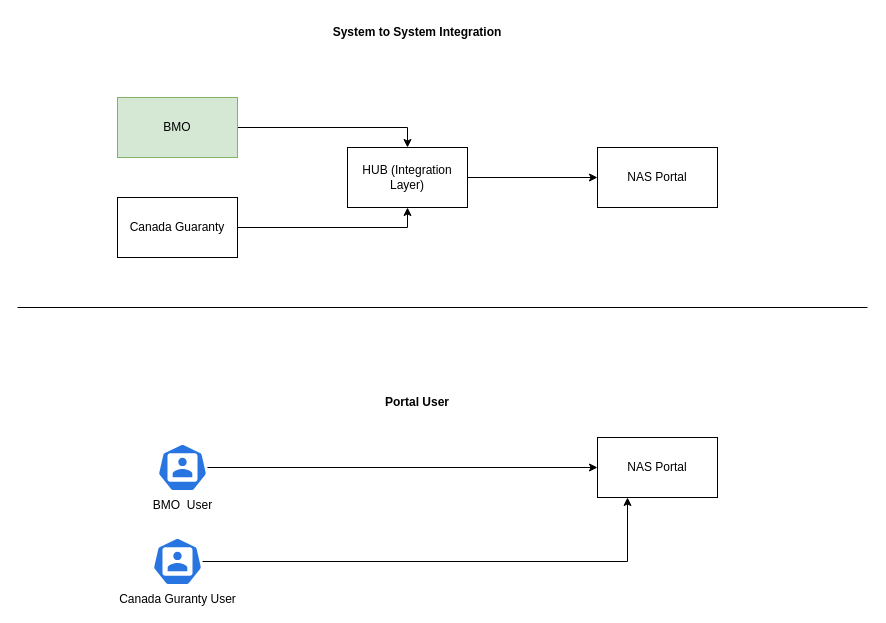
Before: page "Integration vs Portal" (1 of 2) of integration_and_requirements.drawio in hsrchung81/FlowDiagram, a draw.io diagram. Source tidied: cells renumbered, new cells numbered last; positions are measured from the earlier drawing's top-left corner, leaving out a move shared by most shapes. Both pictures are drawn from the tidied source at 100%, with x=0, y=0 at pixel (17, 17).
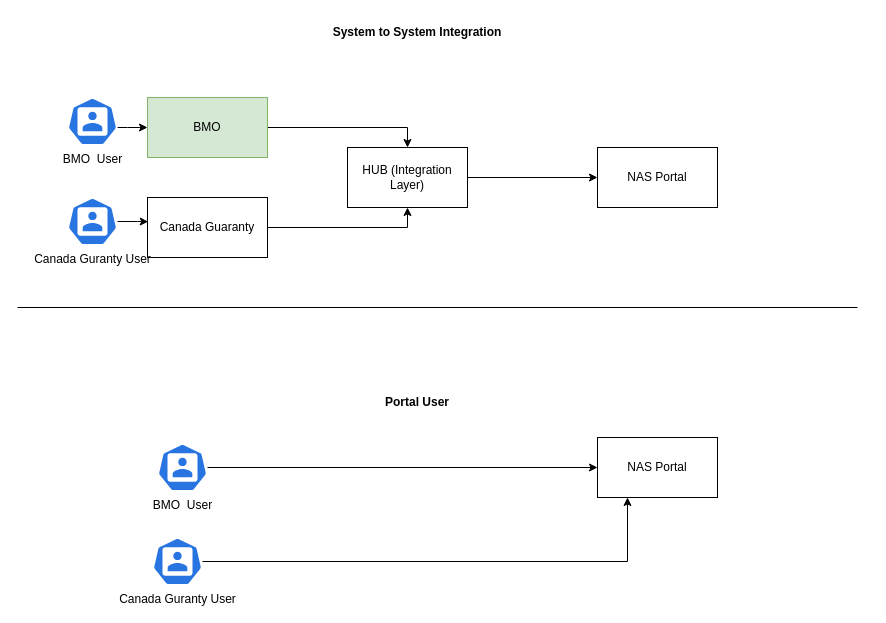
The same page after the edit.

Diff of the diagram source:
```diff
@@
     <mxCell id="3" value="BMO" style="rounded=0;whiteSpace=wrap;html=1;fillColor=#d5e8d4;strokeColor=#82b366;" parent="1" vertex="1">
-      <mxGeometry x="100" y="80" width="120" height="60" as="geometry" />
+      <mxGeometry x="130" y="80" width="120" height="60" as="geometry" />
     </mxCell>
@@
     <mxCell id="5" value="Canada Guaranty" style="rounded=0;whiteSpace=wrap;html=1;" parent="1" vertex="1">
-      <mxGeometry x="100" y="180" width="120" height="60" as="geometry" />
+      <mxGeometry x="130" y="180" width="120" height="60" as="geometry" />
     </mxCell>
@@
     <mxCell id="16" style="endArrow=none;html=1;rounded=0;" parent="1" edge="1">
       <mxGeometry relative="1" as="geometry">
         <mxPoint y="290" as="sourcePoint" />
-        <mxPoint x="850" y="290" as="targetPoint" />
+        <mxPoint x="840" y="290" as="targetPoint" />
       </mxGeometry>
     </mxCell>
+    <mxCell id="17" style="edgeStyle=orthogonalEdgeStyle;rounded=0;jettySize=auto;html=1;entryX=0;entryY=0.5;entryDx=0;entryDy=0;" parent="1" edge="1" source="18" target="3">
+      <mxGeometry relative="1" as="geometry">
+        <Array as="points">
+          <mxPoint x="110" y="110" />
+          <mxPoint x="110" y="110" />
+        </Array>
+      </mxGeometry>
+    </mxCell>
+    <mxCell id="18" value="BMO&amp;nbsp; User&lt;br&gt;" style="sketch=0;html=1;dashed=0;whitespace=wrap;fillColor=#2875E2;strokeColor=#ffffff;points=[[0.005,0.63,0],[0.1,0.2,0],[0.9,0.2,0],[0.5,0,0],[0.995,0.63,0],[0.72,0.99,0],[0.5,1,0],[0.28,0.99,0]];shape=mxgraph.kubernetes.icon;prIcon=user;labelPosition=center;verticalLabelPosition=bottom;align=center;verticalAlign=top;" parent="1" vertex="1">
+      <mxGeometry x="50" y="80" width="50" height="48" as="geometry" />
+    </mxCell>
+    <mxCell id="19" style="edgeStyle=orthogonalEdgeStyle;rounded=0;jettySize=auto;html=1;entryX=0.006;entryY=0.403;entryDx=0;entryDy=0;entryPerimeter=0;" parent="1" edge="1" source="20" target="5">
+      <mxGeometry relative="1" as="geometry" />
+    </mxCell>
+    <mxCell id="20" value="Canada Guranty User" style="sketch=0;html=1;dashed=0;whitespace=wrap;fillColor=#2875E2;strokeColor=#ffffff;points=[[0.005,0.63,0],[0.1,0.2,0],[0.9,0.2,0],[0.5,0,0],[0.995,0.63,0],[0.72,0.99,0],[0.5,1,0],[0.28,0.99,0]];shape=mxgraph.kubernetes.icon;prIcon=user;labelPosition=center;verticalLabelPosition=bottom;align=center;verticalAlign=top;" parent="1" vertex="1">
+      <mxGeometry x="50" y="180" width="50" height="48" as="geometry" />
+    </mxCell>
```
